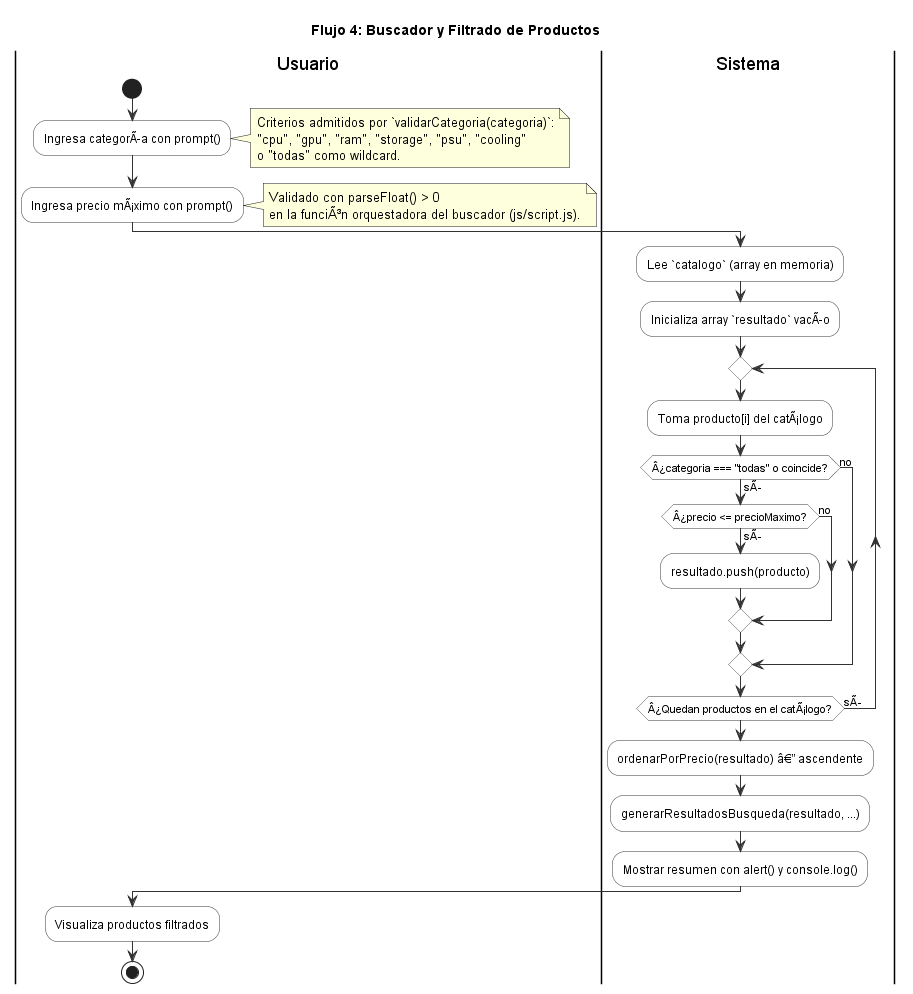
This is docs/05-diagramas/01-diagrama-de-actividades/actividad-flujo-4-buscador.png from GonzaloBarbano/E-commerce, a PlantUML export, as it was before one commit.
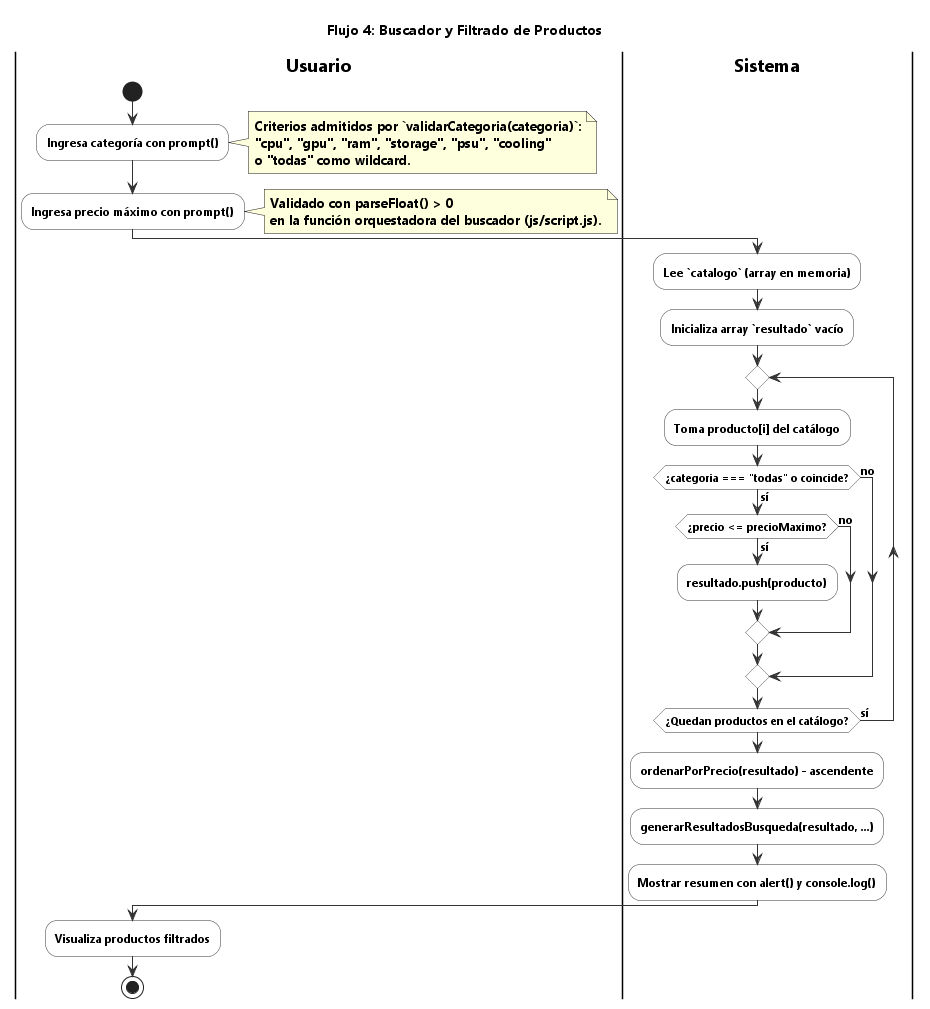
The same diagram one commit later.

Diff of the diagram source:
```diff
@@ -1,37 +1,38 @@
-@startuml flujo-4-buscador
+@startuml actividad-flujo-4-buscador
 title Flujo 4: Buscador y Filtrado de Productos
+skinparam defaultFontName "Segoe UI"
 skinparam ActivityBackgroundColor #FFFFFF
 skinparam ActivityBorderColor #333333
 skinparam ArrowColor #333333
 
 |Usuario|
 start
-:Ingresa categorÃ­a con prompt();
+:Ingresa categoría con prompt();
 note right
   Criterios admitidos por `validarCategoria(categoria)`:
   "cpu", "gpu", "ram", "storage", "psu", "cooling"
   o "todas" como wildcard.
 end note
-:Ingresa precio mÃ¡ximo con prompt();
+:Ingresa precio máximo con prompt();
 note right
   Validado con parseFloat() > 0
-  en la funciÃ³n orquestadora del buscador (js/script.js).
+  en la función orquestadora del buscador (js/script.js).
 end note
 
 |Sistema|
 :Lee `catalogo` (array en memoria);
-:Inicializa array `resultado` vacÃ­o;
+:Inicializa array `resultado` vacío;
 repeat
-  :Toma producto[i] del catÃ¡logo;
-  if (Â¿categoria === "todas" o coincide?) then (sÃ­)
-    if (Â¿precio <= precioMaximo?) then (sÃ­)
+  :Toma producto[i] del catálogo;
+  if (¿categoria === "todas" o coincide?) then (sí)
+    if (¿precio <= precioMaximo?) then (sí)
       :resultado.push(producto);
     else (no)
     endif
   else (no)
   endif
-repeat while (Â¿Quedan productos en el catÃ¡logo?) is (sÃ­)
-:ordenarPorPrecio(resultado) â€” ascendente;
+repeat while (¿Quedan productos en el catálogo?) is (sí)
+:ordenarPorPrecio(resultado) - ascendente;
 :generarResultadosBusqueda(resultado, ...);
 :Mostrar resumen con alert() y console.log();
 
```
